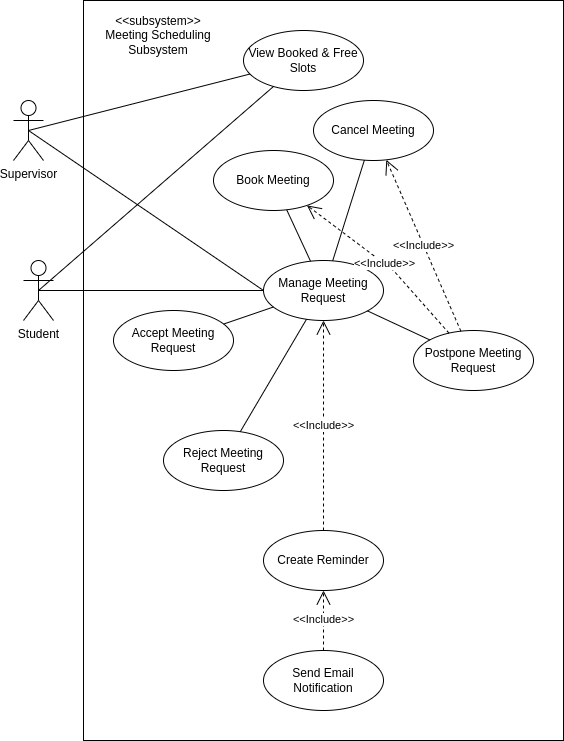
Before: UML/Use Case Diagrams/images/Meeting Scheduling Subsystem.drawio.png, a diagram exported from draw.io (Beginner50/Dissertation). Source tidied: cells renumbered, new cells last; positions are measured from the earlier drawing's top-left corner, leaving out a move shared by most shapes.
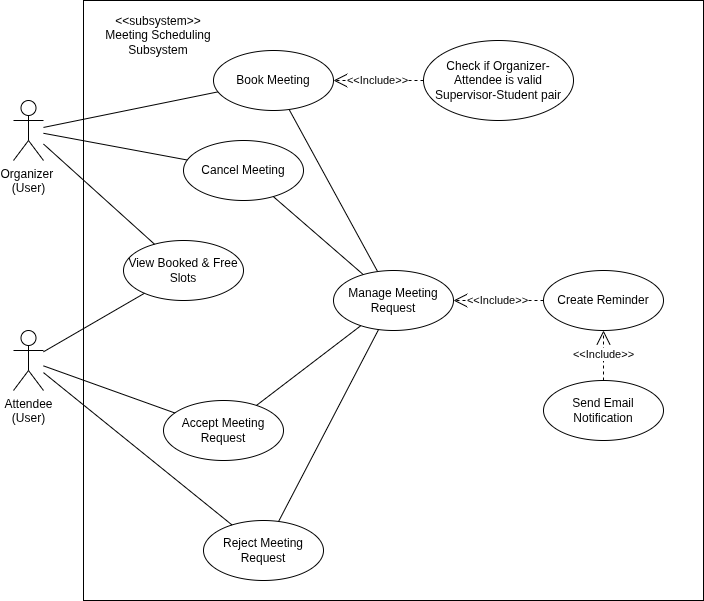
Later version of the same file.

What changed in the source:
```diff
@@ -3,31 +3,31 @@
     <mxCell id="0" />
     <mxCell id="1" parent="0" />
     <mxCell id="2" style="rounded=0;whiteSpace=wrap;html=1;" parent="1" vertex="1">
-      <mxGeometry x="70" width="480" height="740" as="geometry" />
+      <mxGeometry x="70" width="620" height="600" as="geometry" />
     </mxCell>
     <mxCell id="3" value="&amp;lt;&amp;lt;subsystem&amp;gt;&amp;gt;&lt;br&gt;Meeting Scheduling Subsystem" style="text;html=1;strokeColor=none;fillColor=none;align=center;verticalAlign=middle;whiteSpace=wrap;rounded=0;" parent="1" vertex="1">
       <mxGeometry x="60" y="20" width="170" height="30" as="geometry" />
     </mxCell>
-    <mxCell id="4" value="Supervisor" style="shape=umlActor;verticalLabelPosition=bottom;verticalAlign=top;html=1;outlineConnect=0;" parent="1" vertex="1">
+    <mxCell id="4" value="Organizer&amp;nbsp;&lt;div&gt;(User)&lt;/div&gt;" style="shape=umlActor;verticalLabelPosition=bottom;verticalAlign=top;html=1;outlineConnect=0;" parent="1" vertex="1">
       <mxGeometry y="100" width="30" height="60" as="geometry" />
     </mxCell>
     <mxCell id="5" value="Manage Meeting Request" style="ellipse;whiteSpace=wrap;html=1;" parent="1" vertex="1">
-      <mxGeometry x="250" y="260" width="120" height="60" as="geometry" />
+      <mxGeometry x="320" y="270" width="120" height="60" as="geometry" />
     </mxCell>
     <mxCell id="6" value="View Booked &amp;amp; Free Slots" style="ellipse;whiteSpace=wrap;html=1;" parent="1" vertex="1">
-      <mxGeometry x="230" y="30" width="120" height="60" as="geometry" />
+      <mxGeometry x="110" y="240" width="120" height="60" as="geometry" />
     </mxCell>
-    <mxCell id="7" style="endArrow=none;html=1;rounded=0;exitX=0.5;exitY=0.5;exitDx=0;exitDy=0;exitPerimeter=0;" parent="1" edge="1" source="4" target="6">
+    <mxCell id="7" style="endArrow=none;html=1;rounded=0;" parent="1" edge="1" source="4" target="6">
       <mxGeometry relative="1" as="geometry" />
     </mxCell>
-    <mxCell id="8" style="endArrow=none;html=1;rounded=0;entryX=0;entryY=0.5;entryDx=0;entryDy=0;exitX=0.5;exitY=0.5;exitDx=0;exitDy=0;exitPerimeter=0;" parent="1" edge="1" source="4" target="5">
+    <mxCell id="8" style="endArrow=none;html=1;rounded=0;" parent="1" edge="1" source="4" target="23">
       <mxGeometry relative="1" as="geometry" />
     </mxCell>
     <mxCell id="9" value="Create Reminder" style="ellipse;whiteSpace=wrap;html=1;" parent="1" vertex="1">
-      <mxGeometry x="250" y="530" width="120" height="60" as="geometry" />
+      <mxGeometry x="530" y="270" width="120" height="60" as="geometry" />
     </mxCell>
     <mxCell id="10" value="Send Email Notification" style="ellipse;whiteSpace=wrap;html=1;" parent="1" vertex="1">
-      <mxGeometry x="250" y="650" width="120" height="60" as="geometry" />
+      <mxGeometry x="530" y="380" width="120" height="60" as="geometry" />
     </mxCell>
     <mxCell id="11" value="&amp;lt;&amp;lt;Include&amp;gt;&amp;gt;" style="endArrow=open;endSize=12;dashed=1;html=1;rounded=0;" parent="1" edge="1" source="9" target="5">
       <mxGeometry relative="1" as="geometry" />
@@ -35,33 +35,17 @@
     <mxCell id="12" value="&amp;lt;&amp;lt;Include&amp;gt;&amp;gt;" style="endArrow=open;endSize=12;dashed=1;html=1;rounded=0;exitX=0.5;exitY=0;exitDx=0;exitDy=0;entryX=0.5;entryY=1;entryDx=0;entryDy=0;" parent="1" edge="1" source="10" target="9">
       <mxGeometry relative="1" as="geometry" />
     </mxCell>
-    <mxCell id="13" value="Postpone Meeting Request" style="ellipse;whiteSpace=wrap;html=1;" parent="1" vertex="1">
-      <mxGeometry x="400" y="330" width="120" height="60" as="geometry" />
-    </mxCell>
-    <mxCell id="14" style="endArrow=none;html=1;rounded=0;" parent="1" edge="1" source="13" target="5">
-      <mxGeometry relative="1" as="geometry" />
-    </mxCell>
-    <mxCell id="15" value="Student" style="shape=umlActor;verticalLabelPosition=bottom;verticalAlign=top;html=1;outlineConnect=0;" parent="1" vertex="1">
-      <mxGeometry x="10" y="260" width="30" height="60" as="geometry" />
+    <mxCell id="15" value="Attendee&lt;div&gt;(User)&lt;/div&gt;" style="shape=umlActor;verticalLabelPosition=bottom;verticalAlign=top;html=1;outlineConnect=0;" parent="1" vertex="1">
+      <mxGeometry y="330" width="30" height="60" as="geometry" />
     </mxCell>
-    <mxCell id="16" style="endArrow=none;html=1;rounded=0;exitX=0.5;exitY=0.5;exitDx=0;exitDy=0;exitPerimeter=0;" parent="1" edge="1" source="15" target="6">
+    <mxCell id="16" style="endArrow=none;html=1;rounded=0;" parent="1" edge="1" source="15" target="6">
       <mxGeometry relative="1" as="geometry" />
     </mxCell>
-    <mxCell id="17" style="endArrow=none;html=1;rounded=0;exitX=0.5;exitY=0.5;exitDx=0;exitDy=0;exitPerimeter=0;" parent="1" edge="1" source="15" target="5">
-      <mxGeometry relative="1" as="geometry" />
-    </mxCell>
-    <mxCell id="18" value="&amp;lt;&amp;lt;Include&amp;gt;&amp;gt;" style="endArrow=open;endSize=12;dashed=1;html=1;rounded=0;" parent="1" edge="1" source="13" target="23">
-      <mxGeometry relative="1" as="geometry">
-        <Array as="points">
-          <mxPoint x="380" y="270" />
-        </Array>
-      </mxGeometry>
-    </mxCell>
     <mxCell id="19" value="Accept Meeting Request" style="ellipse;whiteSpace=wrap;html=1;" parent="1" vertex="1">
-      <mxGeometry x="100" y="310" width="120" height="60" as="geometry" />
+      <mxGeometry x="150" y="400" width="120" height="60" as="geometry" />
     </mxCell>
     <mxCell id="20" value="Reject Meeting Request" style="ellipse;whiteSpace=wrap;html=1;" parent="1" vertex="1">
-      <mxGeometry x="150" y="430" width="120" height="60" as="geometry" />
+      <mxGeometry x="190" y="520" width="120" height="60" as="geometry" />
     </mxCell>
     <mxCell id="21" style="endArrow=none;html=1;rounded=0;" parent="1" edge="1" source="19" target="5">
       <mxGeometry relative="1" as="geometry" />
@@ -70,19 +54,31 @@
       <mxGeometry relative="1" as="geometry" />
     </mxCell>
     <mxCell id="23" value="Book Meeting" style="ellipse;whiteSpace=wrap;html=1;" parent="1" vertex="1">
-      <mxGeometry x="200" y="150" width="120" height="60" as="geometry" />
+      <mxGeometry x="200" y="50" width="120" height="60" as="geometry" />
     </mxCell>
     <mxCell id="24" value="Cancel Meeting" style="ellipse;whiteSpace=wrap;html=1;" parent="1" vertex="1">
-      <mxGeometry x="300" y="100" width="120" height="60" as="geometry" />
+      <mxGeometry x="170" y="140" width="120" height="60" as="geometry" />
     </mxCell>
-    <mxCell id="25" value="&amp;lt;&amp;lt;Include&amp;gt;&amp;gt;" style="endArrow=open;endSize=12;dashed=1;html=1;rounded=0;" parent="1" edge="1" source="13" target="24">
-      <mxGeometry relative="1" as="geometry" />
-    </mxCell>
     <mxCell id="26" style="endArrow=none;html=1;rounded=0;" parent="1" edge="1" source="5" target="23">
       <mxGeometry relative="1" as="geometry" />
     </mxCell>
     <mxCell id="27" style="endArrow=none;html=1;rounded=0;" parent="1" edge="1" source="5" target="24">
       <mxGeometry relative="1" as="geometry" />
     </mxCell>
+    <mxCell id="28" style="endArrow=none;html=1;rounded=0;" parent="1" edge="1" source="4" target="24">
+      <mxGeometry relative="1" as="geometry" />
+    </mxCell>
+    <mxCell id="29" style="endArrow=none;html=1;rounded=0;" parent="1" edge="1" source="15" target="19">
+      <mxGeometry relative="1" as="geometry" />
+    </mxCell>
+    <mxCell id="30" style="endArrow=none;html=1;rounded=0;" parent="1" edge="1" source="15" target="20">
+      <mxGeometry relative="1" as="geometry" />
+    </mxCell>
+    <mxCell id="31" value="Check if Organizer-Attendee is valid Supervisor-Student pair" style="ellipse;whiteSpace=wrap;html=1;" parent="1" vertex="1">
+      <mxGeometry x="410" y="40" width="150" height="80" as="geometry" />
+    </mxCell>
+    <mxCell id="32" value="&amp;lt;&amp;lt;Include&amp;gt;&amp;gt;" style="endArrow=open;endSize=12;dashed=1;html=1;rounded=0;" parent="1" edge="1" source="31" target="23">
+      <mxGeometry relative="1" as="geometry" />
+    </mxCell>
   </root>
 </mxGraphModel>
```
